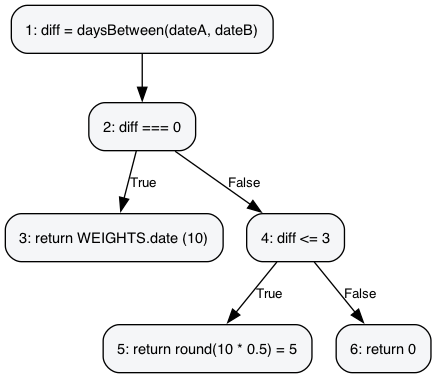
This is report-assets/cfg/scoreDate.png from Meili1407/Software-Testing-LostFound, a Graphviz export, as it was before one commit. Its source is kept beside it as report-assets/cfg/scoreDate.dot. Source of this version:
```dot
digraph scoreDate {
  rankdir=TB;
  node [shape=box, style="rounded,filled", fillcolor="#f5f6f8", fontname="Helvetica", fontsize=11, margin="0.15,0.1"];
  edge [fontname="Helvetica", fontsize=10];

  N1 [label="1: diff = daysBetween(dateA, dateB)"];
  N2 [label="2: diff === 0"];
  N3 [label="3: return WEIGHTS.date (10)"];
  N4 [label="4: diff <= 3"];
  N5 [label="5: return round(10 * 0.5) = 5"];
  N6 [label="6: return 0"];

  N1 -> N2;
  N2 -> N3 [label="True"];
  N2 -> N4 [label="False"];
  N4 -> N5 [label="True"];
  N4 -> N6 [label="False"];
}
```
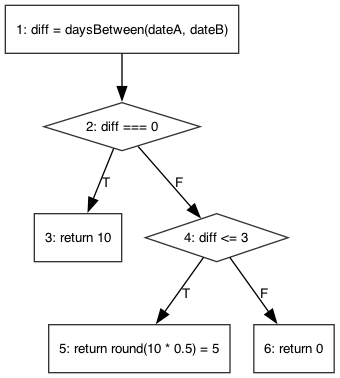
The same diagram one commit later.

Change to the diagram source:
```diff
@@ -1,18 +1,18 @@
 digraph scoreDate {
   rankdir=TB;
-  node [shape=box, style="rounded,filled", fillcolor="#f5f6f8", fontname="Helvetica", fontsize=11, margin="0.15,0.1"];
+  node [shape=box, fontname="Helvetica", fontsize=10, color="#333333"];
   edge [fontname="Helvetica", fontsize=10];
 
   N1 [label="1: diff = daysBetween(dateA, dateB)"];
-  N2 [label="2: diff === 0"];
-  N3 [label="3: return WEIGHTS.date (10)"];
-  N4 [label="4: diff <= 3"];
+  N2 [shape=diamond, label="2: diff === 0"];
+  N3 [label="3: return 10"];
+  N4 [shape=diamond, label="4: diff <= 3"];
   N5 [label="5: return round(10 * 0.5) = 5"];
   N6 [label="6: return 0"];
 
   N1 -> N2;
-  N2 -> N3 [label="True"];
-  N2 -> N4 [label="False"];
-  N4 -> N5 [label="True"];
-  N4 -> N6 [label="False"];
+  N2 -> N3 [label="T"];
+  N2 -> N4 [label="F"];
+  N4 -> N5 [label="T"];
+  N4 -> N6 [label="F"];
 }
```
